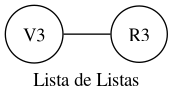
This is Fase3/grafo.png from CarlosdelCidUSAC/EDD-1S2025_202300625, a Graphviz export, as it was before one commit. Its source is kept beside it as Fase3/grafo.dot. Source of this version:
```dot
graph G {
node [shape=circle];
rankdir=LR;
label="Lista de Listas";
"R3" [label="R3"];
"V3" [label="V3"];
"V3" -- "R3";
}
```
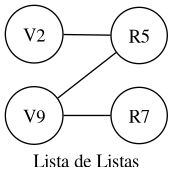
The same diagram one commit later.

What changed in the source:
```diff
@@ -2,7 +2,11 @@
 node [shape=circle];
 rankdir=LR;
 label="Lista de Listas";
-"R3" [label="R3"];
-"V3" [label="V3"];
-"V3" -- "R3";
+"R5" [label="R5"];
+"R7" [label="R7"];
+"V2" [label="V2"];
+"V2" -- "R5";
+"V9" [label="V9"];
+"V9" -- "R5";
+"V9" -- "R7";
 }
```
